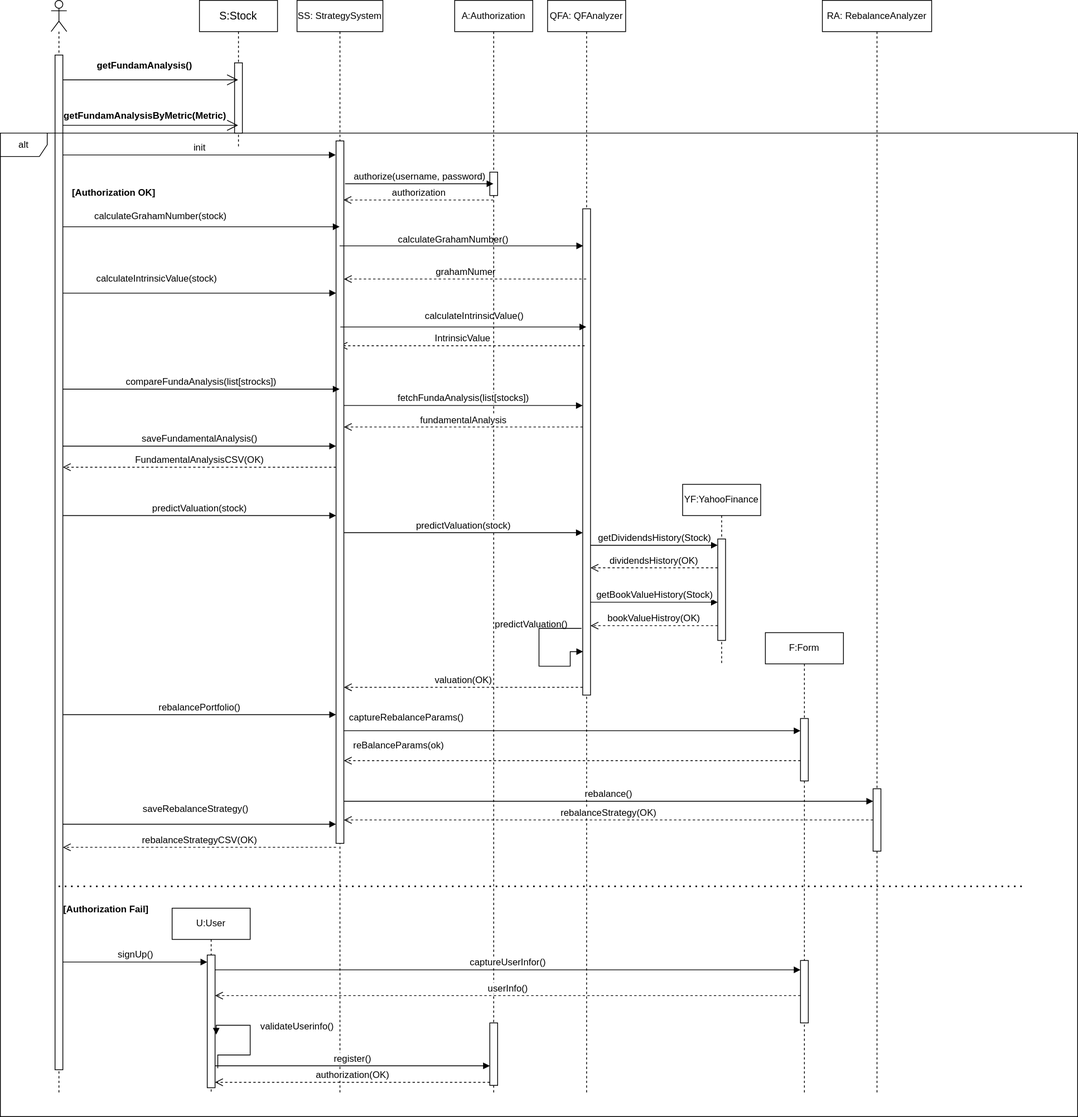
jm0rt1/value-investing-strategy keeps this draw.io diagram as docs/models/UI/user-interaction.drawio.svg. Above is the earlier version. Source tidied: cells renumbered, new cells last; positions are measured from the earlier drawing's top-left corner, leaving out a move shared by most shapes.
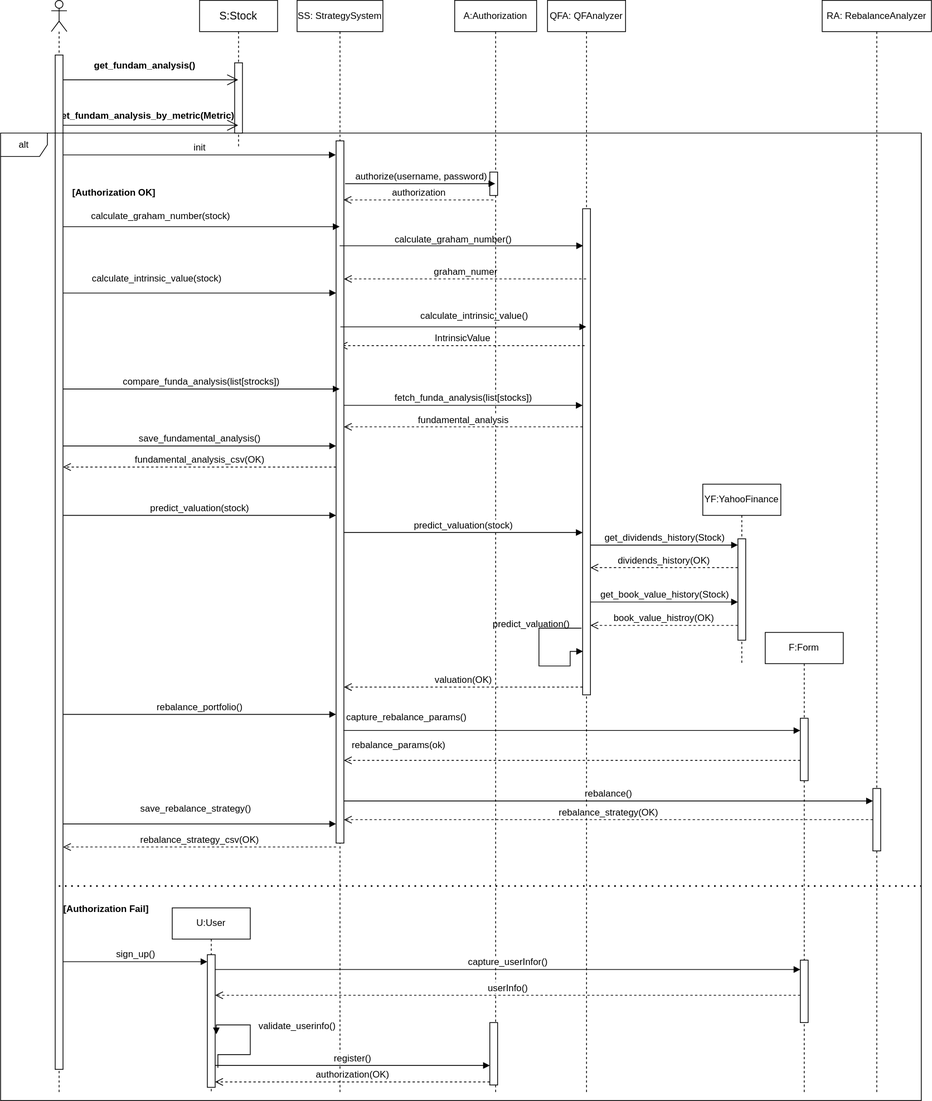
Above is the later version.

Commit message:
DEV Use snake case

The edit, as a diff of the source:
```diff
@@ -8,7 +8,7 @@
     <mxCell id="3" style="html=1;perimeter=orthogonalPerimeter;fontSize=12;" parent="2" vertex="1">
       <mxGeometry x="45" y="80" width="10" height="90" as="geometry" />
     </mxCell>
-    <mxCell id="4" value="predictValuation(stock)" style="html=1;verticalAlign=bottom;endArrow=block;fontSize=12;" parent="2" edge="1">
+    <mxCell id="4" value="predict_valuation(stock)" style="html=1;verticalAlign=bottom;endArrow=block;fontSize=12;" parent="2" edge="1">
       <mxGeometry relative="1" as="geometry">
         <mxPoint x="-175" y="660" as="sourcePoint" />
         <mxPoint x="175" y="660" as="targetPoint" />
@@ -19,7 +19,7 @@
         <mxPoint x="78" y="101.8" as="sourcePoint" />
       </mxGeometry>
     </mxCell>
-    <mxCell id="6" value="getFundamAnalysis()" style="text;align=center;fontStyle=1;verticalAlign=middle;spacingLeft=3;spacingRight=3;strokeColor=none;fontSize=12;" parent="1" vertex="1">
+    <mxCell id="6" value="get_fundam_analysis()" style="text;align=center;fontStyle=1;verticalAlign=middle;spacingLeft=3;spacingRight=3;strokeColor=none;fontSize=12;" parent="1" vertex="1">
       <mxGeometry x="145" y="70" width="80" height="26" as="geometry" />
     </mxCell>
     <mxCell id="7" style="endArrow=open;endFill=1;endSize=12;html=1;fontSize=12;" parent="1" edge="1" target="2">
@@ -27,8 +27,8 @@
         <mxPoint x="80" y="160" as="sourcePoint" />
       </mxGeometry>
     </mxCell>
-    <mxCell id="8" value="&lt;span style=&quot;font-weight: 700;&quot;&gt;getFundamAnalysisByMetric(Metric)&lt;/span&gt;" style="text;html=1;align=center;verticalAlign=middle;strokeColor=none;fillColor=none;fontSize=12;" parent="1" vertex="1">
-      <mxGeometry x="70" y="133" width="230" height="30" as="geometry" />
+    <mxCell id="8" value="&lt;span style=&quot;font-weight: 700;&quot;&gt;get_fundam_analysis_by_metric(Metric)&lt;/span&gt;" style="text;html=1;align=center;verticalAlign=middle;strokeColor=none;fillColor=none;fontSize=12;" parent="1" vertex="1">
+      <mxGeometry x="60" y="133" width="250" height="30" as="geometry" />
     </mxCell>
     <mxCell id="9" value="QFA: QFAnalyzer" style="shape=umlLifeline;perimeter=lifelinePerimeter;whiteSpace=wrap;html=1;outlineConnect=0;fontSize=12;" parent="1" vertex="1">
       <mxGeometry x="701" width="100" height="1400" as="geometry" />
@@ -49,13 +49,13 @@
         <mxPoint x="-765" y="576" as="offset" />
       </mxGeometry>
     </mxCell>
-    <mxCell id="12" value="calculateGrahamNumber(stock)" style="text;html=1;align=center;verticalAlign=middle;strokeColor=none;fillColor=none;fontSize=12;" parent="1" vertex="1">
-      <mxGeometry x="110" y="262" width="190" height="30" as="geometry" />
+    <mxCell id="12" value="calculate_graham_number(stock)" style="text;html=1;align=center;verticalAlign=middle;strokeColor=none;fillColor=none;fontSize=12;" parent="1" vertex="1">
+      <mxGeometry x="105" y="262" width="200" height="30" as="geometry" />
     </mxCell>
-    <mxCell id="13" value="calculateIntrinsicValue(stock)" style="text;html=1;align=center;verticalAlign=middle;strokeColor=none;fillColor=none;fontSize=12;" parent="1" vertex="1">
-      <mxGeometry x="110" y="342" width="180" height="30" as="geometry" />
+    <mxCell id="13" value="calculate_intrinsic_value(stock)" style="text;html=1;align=center;verticalAlign=middle;strokeColor=none;fillColor=none;fontSize=12;" parent="1" vertex="1">
+      <mxGeometry x="105" y="342" width="190" height="30" as="geometry" />
     </mxCell>
-    <mxCell id="14" value="grahamNumer" style="html=1;verticalAlign=bottom;endArrow=open;dashed=1;endSize=8;fontSize=12;" parent="1" edge="1" source="9">
+    <mxCell id="14" value="graham_numer" style="html=1;verticalAlign=bottom;endArrow=open;dashed=1;endSize=8;fontSize=12;" parent="1" edge="1" source="9">
       <mxGeometry relative="1" as="geometry">
         <mxPoint x="440" y="357" as="targetPoint" />
       </mxGeometry>
@@ -73,13 +73,13 @@
       <mxGeometry x="50" y="180" width="10" height="900" as="geometry" />
     </mxCell>
     <mxCell id="18" value="A:Authorization" style="shape=umlLifeline;perimeter=lifelinePerimeter;whiteSpace=wrap;html=1;outlineConnect=0;fontSize=12;" parent="1" vertex="1">
-      <mxGeometry x="582" width="100" height="1400" as="geometry" />
+      <mxGeometry x="582" width="105" height="1400" as="geometry" />
     </mxCell>
     <mxCell id="19" style="html=1;perimeter=orthogonalPerimeter;fontSize=12;" parent="18" vertex="1">
       <mxGeometry x="45" y="220" width="10" height="30" as="geometry" />
     </mxCell>
-    <mxCell id="20" value="calculateIntrinsicValue()" style="text;html=1;align=center;verticalAlign=middle;strokeColor=none;fillColor=none;fontSize=12;" parent="18" vertex="1">
-      <mxGeometry x="-50" y="390" width="150" height="30" as="geometry" />
+    <mxCell id="20" value="calculate_intrinsic_value()" style="text;html=1;align=center;verticalAlign=middle;strokeColor=none;fillColor=none;fontSize=12;" parent="18" vertex="1">
+      <mxGeometry x="-55" y="390" width="160" height="30" as="geometry" />
     </mxCell>
     <mxCell id="21" style="html=1;points=[];perimeter=orthogonalPerimeter;fontSize=12;" parent="18" vertex="1">
       <mxGeometry x="45" y="1310" width="10" height="80" as="geometry" />
@@ -110,8 +110,8 @@
         <mxPoint x="15" y="290" as="sourcePoint" />
       </mxGeometry>
     </mxCell>
-    <mxCell id="28" value="calculateGrahamNumber()" style="text;html=1;align=center;verticalAlign=middle;strokeColor=none;fillColor=none;fontSize=12;" parent="1" vertex="1">
-      <mxGeometry x="500" y="292" width="160" height="30" as="geometry" />
+    <mxCell id="28" value="calculate_graham_number()" style="text;html=1;align=center;verticalAlign=middle;strokeColor=none;fillColor=none;fontSize=12;" parent="1" vertex="1">
+      <mxGeometry x="495" y="292" width="170" height="30" as="geometry" />
     </mxCell>
     <mxCell id="29" style="html=1;verticalAlign=bottom;endArrow=block;fontSize=12;entryX=0.05;entryY=0.224;entryDx=0;entryDy=0;entryPerimeter=0;" parent="1" edge="1">
       <mxGeometry relative="1" as="geometry">
@@ -130,37 +130,37 @@
         <mxPoint x="430" y="375" as="targetPoint" />
       </mxGeometry>
     </mxCell>
-    <mxCell id="32" value="compareFundaAnalysis(list[strocks])" style="html=1;verticalAlign=bottom;endArrow=block;fontSize=12;" parent="1" edge="1">
+    <mxCell id="32" value="compare_funda_analysis(list[strocks])" style="html=1;verticalAlign=bottom;endArrow=block;fontSize=12;" parent="1" edge="1">
       <mxGeometry relative="1" as="geometry">
         <mxPoint x="80" y="498" as="sourcePoint" />
         <mxPoint x="434.5" y="498" as="targetPoint" />
       </mxGeometry>
     </mxCell>
-    <mxCell id="33" value="fetchFundaAnalysis(list[stocks])" style="html=1;verticalAlign=bottom;endArrow=block;fontSize=12;" parent="1" edge="1">
+    <mxCell id="33" value="fetch_funda_analysis(list[stocks])" style="html=1;verticalAlign=bottom;endArrow=block;fontSize=12;" parent="1" edge="1">
       <mxGeometry relative="1" as="geometry">
         <mxPoint x="440" y="519" as="sourcePoint" />
         <mxPoint x="746" y="519" as="targetPoint" />
       </mxGeometry>
     </mxCell>
-    <mxCell id="34" value="fundamentalAnalysis" style="html=1;verticalAlign=bottom;endArrow=open;dashed=1;endSize=8;fontSize=12;" parent="1" edge="1">
+    <mxCell id="34" value="fundamental_analysis" style="html=1;verticalAlign=bottom;endArrow=open;dashed=1;endSize=8;fontSize=12;" parent="1" edge="1">
       <mxGeometry relative="1" as="geometry">
         <mxPoint x="746" y="546.5" as="sourcePoint" />
         <mxPoint x="440" y="546.5" as="targetPoint" />
       </mxGeometry>
     </mxCell>
-    <mxCell id="35" value="saveFundamentalAnalysis()" style="html=1;verticalAlign=bottom;endArrow=block;fontSize=12;" parent="1" edge="1">
+    <mxCell id="35" value="save_fundamental_analysis()" style="html=1;verticalAlign=bottom;endArrow=block;fontSize=12;" parent="1" edge="1">
       <mxGeometry relative="1" as="geometry">
         <mxPoint x="80" y="571" as="sourcePoint" />
         <mxPoint x="430" y="571" as="targetPoint" />
       </mxGeometry>
     </mxCell>
-    <mxCell id="36" value="FundamentalAnalysisCSV(OK)" style="html=1;verticalAlign=bottom;endArrow=open;dashed=1;endSize=8;fontSize=12;" parent="1" edge="1">
+    <mxCell id="36" value="fundamental_analysis_csv(OK)" style="html=1;verticalAlign=bottom;endArrow=open;dashed=1;endSize=8;fontSize=12;" parent="1" edge="1">
       <mxGeometry relative="1" as="geometry">
         <mxPoint x="430" y="598" as="sourcePoint" />
         <mxPoint x="80" y="598" as="targetPoint" />
       </mxGeometry>
     </mxCell>
-    <mxCell id="37" value="predictValuation(stock)" style="html=1;verticalAlign=bottom;endArrow=block;fontSize=12;" parent="1" edge="1">
+    <mxCell id="37" value="predict_valuation(stock)" style="html=1;verticalAlign=bottom;endArrow=block;fontSize=12;" parent="1" edge="1">
       <mxGeometry relative="1" as="geometry">
         <mxPoint x="440" y="682" as="sourcePoint" />
         <mxPoint x="746" y="682" as="targetPoint" />
@@ -170,33 +170,32 @@
       </mxGeometry>
     </mxCell>
     <mxCell id="38" value="YF:YahooFinance" style="shape=umlLifeline;perimeter=lifelinePerimeter;whiteSpace=wrap;html=1;fontSize=12;" parent="1" vertex="1">
-      <mxGeometry x="874" y="620" width="100" height="230" as="geometry" />
+      <mxGeometry x="900" y="620" width="100" height="230" as="geometry" />
     </mxCell>
     <mxCell id="39" style="html=1;points=[];perimeter=orthogonalPerimeter;fontSize=12;" parent="38" vertex="1">
       <mxGeometry x="45" y="70" width="10" height="130" as="geometry" />
     </mxCell>
-    <mxCell id="40" value="getDividendsHistory(Stock)" style="html=1;verticalAlign=bottom;endArrow=block;fontSize=12;" parent="1" edge="1" target="39">
+    <mxCell id="40" value="get_dividends_history(Stock)" style="html=1;verticalAlign=bottom;endArrow=block;fontSize=12;" parent="1" edge="1" target="39">
       <mxGeometry relative="1" as="geometry">
         <mxPoint x="756" y="698" as="sourcePoint" />
       </mxGeometry>
     </mxCell>
-    <mxCell id="41" value="dividendsHistory(OK)" style="html=1;verticalAlign=bottom;endArrow=open;dashed=1;endSize=8;fontSize=12;" parent="1" edge="1" source="39">
+    <mxCell id="41" value="dividends_history(OK)" style="html=1;verticalAlign=bottom;endArrow=open;dashed=1;endSize=8;fontSize=12;" parent="1" edge="1" source="39">
       <mxGeometry relative="1" as="geometry">
         <mxPoint x="756" y="727" as="targetPoint" />
       </mxGeometry>
     </mxCell>
-    <mxCell id="42" value="getBookValueHistory(Stock)" style="html=1;verticalAlign=bottom;endArrow=block;fontSize=12;" parent="1" edge="1" target="39">
+    <mxCell id="42" value="get_book_value_history(Stock)" style="html=1;verticalAlign=bottom;endArrow=block;fontSize=12;" parent="1" edge="1" target="39">
       <mxGeometry x="0.01" relative="1" as="geometry">
         <mxPoint x="756" y="771" as="sourcePoint" />
       </mxGeometry>
     </mxCell>
-    <mxCell id="43" value="bookValueHistroy(OK)" style="html=1;verticalAlign=bottom;endArrow=open;dashed=1;endSize=8;fontSize=12;" parent="1" edge="1">
+    <mxCell id="43" value="book_value_histroy(OK)" style="html=1;verticalAlign=bottom;endArrow=open;dashed=1;endSize=8;fontSize=12;" parent="1" edge="1" source="39">
       <mxGeometry relative="1" as="geometry">
-        <mxPoint x="919" y="801" as="sourcePoint" />
         <mxPoint x="756" y="801" as="targetPoint" />
       </mxGeometry>
     </mxCell>
-    <mxCell id="44" value="rebalancePortfolio()" style="html=1;verticalAlign=bottom;endArrow=block;fontSize=12;" parent="1" edge="1">
+    <mxCell id="44" value="rebalance_portfolio()" style="html=1;verticalAlign=bottom;endArrow=block;fontSize=12;" parent="1" edge="1">
       <mxGeometry relative="1" as="geometry">
         <mxPoint x="80" y="915" as="sourcePoint" />
         <mxPoint x="430" y="915" as="targetPoint" />
@@ -211,12 +210,12 @@
     <mxCell id="47" style="html=1;perimeter=orthogonalPerimeter;fontSize=12;" parent="45" vertex="1">
       <mxGeometry x="45" y="420" width="10" height="80" as="geometry" />
     </mxCell>
-    <mxCell id="48" value="captureRebalanceParams()" style="html=1;verticalAlign=bottom;endArrow=block;fontSize=12;exitX=0.95;exitY=0.823;exitDx=0;exitDy=0;exitPerimeter=0;" parent="1" edge="1" target="46">
+    <mxCell id="48" value="capture_rebalance_params()" style="html=1;verticalAlign=bottom;endArrow=block;fontSize=12;exitX=0.95;exitY=0.823;exitDx=0;exitDy=0;exitPerimeter=0;" parent="1" edge="1" target="46">
       <mxGeometry x="-0.73" y="8" relative="1" as="geometry">
         <mxPoint x="439.5" y="935.7" as="sourcePoint" />
       </mxGeometry>
     </mxCell>
-    <mxCell id="49" value="reBalanceParams(ok)" style="html=1;verticalAlign=bottom;endArrow=open;dashed=1;endSize=8;fontSize=12;" parent="1" edge="1">
+    <mxCell id="49" value="rebalance_params(ok)" style="html=1;verticalAlign=bottom;endArrow=open;dashed=1;endSize=8;fontSize=12;" parent="1" edge="1">
       <mxGeometry x="0.76" y="-10" relative="1" as="geometry">
         <mxPoint x="1025" y="974" as="sourcePoint" />
         <mxPoint x="440" y="974" as="targetPoint" />
@@ -234,18 +233,18 @@
         <mxPoint x="1118" y="1026" as="targetPoint" />
       </mxGeometry>
     </mxCell>
-    <mxCell id="53" value="rebalanceStrategy(OK)" style="html=1;verticalAlign=bottom;endArrow=open;dashed=1;endSize=8;fontSize=12;" parent="1" edge="1" source="51">
+    <mxCell id="53" value="rebalance_strategy(OK)" style="html=1;verticalAlign=bottom;endArrow=open;dashed=1;endSize=8;fontSize=12;" parent="1" edge="1" source="51">
       <mxGeometry relative="1" as="geometry">
         <mxPoint x="440" y="1050" as="targetPoint" />
       </mxGeometry>
     </mxCell>
-    <mxCell id="54" value="saveRebalanceStrategy()" style="html=1;verticalAlign=bottom;endArrow=block;fontSize=12;entryX=0;entryY=0.956;entryDx=0;entryDy=0;entryPerimeter=0;" parent="1" edge="1">
+    <mxCell id="54" value="save_rebalance_strategy()" style="html=1;verticalAlign=bottom;endArrow=block;fontSize=12;entryX=0;entryY=0.956;entryDx=0;entryDy=0;entryPerimeter=0;" parent="1" edge="1">
       <mxGeometry x="-0.03" y="10" relative="1" as="geometry">
         <mxPoint x="80" y="1055.4" as="sourcePoint" />
         <mxPoint x="430" y="1055.4" as="targetPoint" />
       </mxGeometry>
     </mxCell>
-    <mxCell id="55" value="rebalanceStrategyCSV(OK)" style="html=1;verticalAlign=bottom;endArrow=open;dashed=1;endSize=8;fontSize=12;" parent="1" edge="1">
+    <mxCell id="55" value="rebalance_strategy_csv(OK)" style="html=1;verticalAlign=bottom;endArrow=open;dashed=1;endSize=8;fontSize=12;" parent="1" edge="1">
       <mxGeometry relative="1" as="geometry">
         <mxPoint x="430" y="1085" as="sourcePoint" />
         <mxPoint x="80" y="1085" as="targetPoint" />
@@ -254,10 +253,10 @@
     <mxCell id="56" style="endArrow=none;dashed=1;html=1;dashPattern=1 3;strokeWidth=2;fontSize=12;" parent="1" edge="1">
       <mxGeometry relative="1" as="geometry">
         <mxPoint x="74.5" y="1135" as="sourcePoint" />
-        <mxPoint x="1310" y="1135" as="targetPoint" />
+        <mxPoint x="1180" y="1135" as="targetPoint" />
       </mxGeometry>
     </mxCell>
-    <mxCell id="57" value="predictValuation()" style="text;html=1;align=center;verticalAlign=middle;strokeColor=none;fillColor=none;fontSize=12;" parent="1" vertex="1">
+    <mxCell id="57" value="predict_valuation()" style="text;html=1;align=center;verticalAlign=middle;strokeColor=none;fillColor=none;fontSize=12;" parent="1" vertex="1">
       <mxGeometry x="620" y="785" width="120" height="30" as="geometry" />
     </mxCell>
     <mxCell id="58" value="valuation(OK)" style="html=1;verticalAlign=bottom;endArrow=open;dashed=1;endSize=8;fontSize=12;" parent="1" edge="1">
@@ -280,13 +279,13 @@
         </Array>
       </mxGeometry>
     </mxCell>
-    <mxCell id="62" value="signUp()" style="html=1;verticalAlign=bottom;endArrow=block;fontSize=12;" parent="1" edge="1">
+    <mxCell id="62" value="sign_up()" style="html=1;verticalAlign=bottom;endArrow=block;fontSize=12;" parent="1" edge="1">
       <mxGeometry relative="1" as="geometry">
         <mxPoint x="80" y="1232" as="sourcePoint" />
         <mxPoint x="265" y="1232" as="targetPoint" />
       </mxGeometry>
     </mxCell>
-    <mxCell id="63" value="captureUserInfor()" style="html=1;verticalAlign=bottom;endArrow=block;entryX=0;entryY=0;fontSize=12;" parent="1" edge="1">
+    <mxCell id="63" value="capture_userInfor()" style="html=1;verticalAlign=bottom;endArrow=block;entryX=0;entryY=0;fontSize=12;" parent="1" edge="1">
       <mxGeometry relative="1" as="geometry">
         <mxPoint x="275" y="1242" as="sourcePoint" />
         <mxPoint x="1025" y="1242" as="targetPoint" />
@@ -298,11 +297,11 @@
         <mxPoint x="275" y="1275" as="targetPoint" />
       </mxGeometry>
     </mxCell>
-    <mxCell id="65" value="validateUserinfo()" style="text;html=1;align=center;verticalAlign=middle;strokeColor=none;fillColor=none;fontSize=12;" parent="1" vertex="1">
+    <mxCell id="65" value="validate_userinfo()" style="text;html=1;align=center;verticalAlign=middle;strokeColor=none;fillColor=none;fontSize=12;" parent="1" vertex="1">
       <mxGeometry x="320" y="1300" width="120" height="30" as="geometry" />
     </mxCell>
     <mxCell id="66" value="alt" style="shape=umlFrame;whiteSpace=wrap;html=1;fontSize=12;" parent="1" vertex="1">
-      <mxGeometry y="170" width="1380" height="1260" as="geometry" />
+      <mxGeometry y="170" width="1180" height="1240" as="geometry" />
     </mxCell>
     <mxCell id="67" value="&lt;b&gt;[Authorization OK]&lt;/b&gt;" style="text;html=1;align=center;verticalAlign=middle;strokeColor=none;fillColor=none;fontSize=12;" parent="1" vertex="1">
       <mxGeometry x="80" y="232" width="130" height="30" as="geometry" />
```
